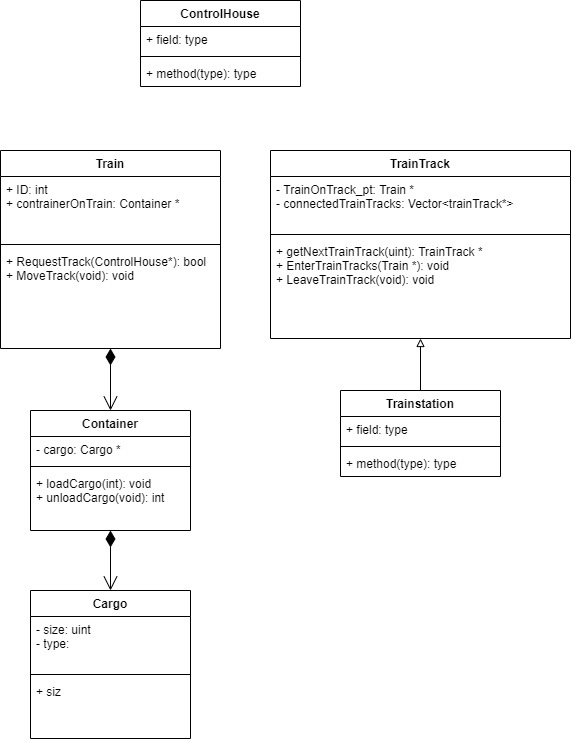
Earlier version of the draw.io export Diagram/TrainStationClass.png (mowinckel107/APKTogstation). Source tidied: cells renumbered, new cells last; positions are measured from the earlier drawing's top-left corner, leaving out a move shared by most shapes.
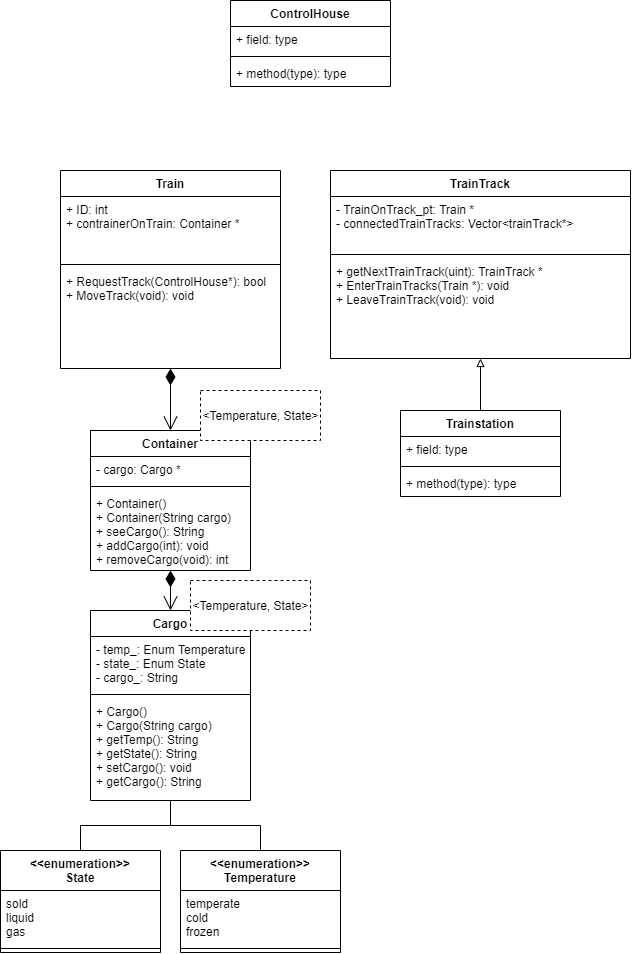
The same diagram one commit later.

Commit message:
Updated class diagram with container and cargo

Change to the diagram source:
```diff
@@ -39,7 +39,7 @@
       <mxGeometry y="88" width="300" height="100" as="geometry" />
     </mxCell>
     <mxCell id="14" value="Container" style="swimlane;fontStyle=1;align=center;verticalAlign=top;horizontal=1;startSize=26;" parent="1" vertex="1">
-      <mxGeometry x="30" y="410" width="160" height="120" as="geometry" />
+      <mxGeometry x="30" y="410" width="160" height="140" as="geometry" />
     </mxCell>
     <mxCell id="15" value="- cargo: Cargo *" style="text;strokeColor=none;fillColor=none;align=left;verticalAlign=top;spacingLeft=4;spacingRight=4;overflow=hidden;" parent="14" vertex="1">
       <mxGeometry y="26" width="160" height="26" as="geometry" />
@@ -47,11 +47,11 @@
     <mxCell id="16" style="line;strokeWidth=1;fillColor=none;align=left;verticalAlign=middle;spacingTop=-1;spacingLeft=3;spacingRight=3;labelPosition=right;" parent="14" vertex="1">
       <mxGeometry y="52" width="160" height="8" as="geometry" />
     </mxCell>
-    <mxCell id="17" value="+ loadCargo(int): void&#10;+ unloadCargo(void): int" style="text;strokeColor=none;fillColor=none;align=left;verticalAlign=top;spacingLeft=4;spacingRight=4;overflow=hidden;" parent="14" vertex="1">
-      <mxGeometry y="60" width="160" height="60" as="geometry" />
+    <mxCell id="17" value="+ Container()&#10;+ Container(String cargo)&#10;+ seeCargo(): String&#10;+ addCargo(int): void&#10;+ removeCargo(void): int" style="text;strokeColor=none;fillColor=none;align=left;verticalAlign=top;spacingLeft=4;spacingRight=4;overflow=hidden;" parent="14" vertex="1">
+      <mxGeometry y="60" width="160" height="80" as="geometry" />
     </mxCell>
     <mxCell id="18" value="ControlHouse" style="swimlane;fontStyle=1;align=center;verticalAlign=top;horizontal=1;startSize=26;" parent="1" vertex="1">
-      <mxGeometry x="140" width="160" height="86" as="geometry" />
+      <mxGeometry x="170" y="-20" width="160" height="86" as="geometry" />
     </mxCell>
     <mxCell id="19" value="+ field: type" style="text;strokeColor=none;fillColor=none;align=left;verticalAlign=top;spacingLeft=4;spacingRight=4;overflow=hidden;" parent="18" vertex="1">
       <mxGeometry y="26" width="160" height="26" as="geometry" />
@@ -69,19 +69,49 @@
       <mxGeometry x="-1" y="3" relative="1" as="geometry" />
     </mxCell>
     <mxCell id="24" value="Cargo" style="swimlane;fontStyle=1;align=center;verticalAlign=top;horizontal=1;startSize=26;" parent="1" vertex="1">
-      <mxGeometry x="30" y="590" width="160" height="148" as="geometry" />
+      <mxGeometry x="30" y="590" width="160" height="190" as="geometry" />
     </mxCell>
-    <mxCell id="25" value="- size: uint&#10;- type: " style="text;strokeColor=none;fillColor=none;align=left;verticalAlign=top;spacingLeft=4;spacingRight=4;overflow=hidden;" parent="24" vertex="1">
+    <mxCell id="25" value="- temp_: Enum Temperature&#10;- state_: Enum State&#10;- cargo_: String" style="text;strokeColor=none;fillColor=none;align=left;verticalAlign=top;spacingLeft=4;spacingRight=4;overflow=hidden;" parent="24" vertex="1">
       <mxGeometry y="26" width="160" height="54" as="geometry" />
     </mxCell>
     <mxCell id="26" style="line;strokeWidth=1;fillColor=none;align=left;verticalAlign=middle;spacingTop=-1;spacingLeft=3;spacingRight=3;labelPosition=right;" parent="24" vertex="1">
       <mxGeometry y="80" width="160" height="8" as="geometry" />
     </mxCell>
-    <mxCell id="27" value="+ siz" style="text;strokeColor=none;fillColor=none;align=left;verticalAlign=top;spacingLeft=4;spacingRight=4;overflow=hidden;" parent="24" vertex="1">
-      <mxGeometry y="88" width="160" height="60" as="geometry" />
+    <mxCell id="27" value="+ Cargo()&#10;+ Cargo(String cargo)&#10;+ getTemp(): String&#10;+ getState(): String&#10;+ setCargo(): void&#10;+ getCargo(): String" style="text;strokeColor=none;fillColor=none;align=left;verticalAlign=top;spacingLeft=4;spacingRight=4;overflow=hidden;" parent="24" vertex="1">
+      <mxGeometry y="88" width="160" height="102" as="geometry" />
     </mxCell>
     <mxCell id="28" style="endArrow=open;html=1;endSize=12;startArrow=diamondThin;startSize=14;startFill=1;edgeStyle=orthogonalEdgeStyle;align=left;verticalAlign=bottom;rounded=0;strokeWidth=1;" parent="1" edge="1" source="14" target="24">
       <mxGeometry x="-1" y="3" relative="1" as="geometry" />
     </mxCell>
+    <mxCell id="29" value="&amp;lt;Temperature, State&amp;gt;" style="html=1;dashed=1;" parent="1" vertex="1">
+      <mxGeometry x="130" y="560" width="120" height="50" as="geometry" />
+    </mxCell>
+    <mxCell id="30" value="&lt;&lt;enumeration&gt;&gt;&#10;Temperature" style="swimlane;fontStyle=1;align=center;verticalAlign=top;horizontal=1;startSize=40;" parent="1" vertex="1">
+      <mxGeometry x="120" y="830" width="160" height="102" as="geometry" />
+    </mxCell>
+    <mxCell id="31" value="temperate&#10;cold&#10;frozen" style="text;strokeColor=none;fillColor=none;align=left;verticalAlign=top;spacingLeft=4;spacingRight=4;overflow=hidden;" parent="30" vertex="1">
+      <mxGeometry y="40" width="160" height="54" as="geometry" />
+    </mxCell>
+    <mxCell id="32" style="line;strokeWidth=1;fillColor=none;align=left;verticalAlign=middle;spacingTop=-1;spacingLeft=3;spacingRight=3;labelPosition=right;" parent="30" vertex="1">
+      <mxGeometry y="94" width="160" height="8" as="geometry" />
+    </mxCell>
+    <mxCell id="33" value="&lt;&lt;enumeration&gt;&gt;&#10;State" style="swimlane;fontStyle=1;align=center;verticalAlign=top;horizontal=1;startSize=40;" parent="1" vertex="1">
+      <mxGeometry x="-60" y="830" width="160" height="102" as="geometry" />
+    </mxCell>
+    <mxCell id="34" value="sold&#10;liquid&#10;gas" style="text;strokeColor=none;fillColor=none;align=left;verticalAlign=top;spacingLeft=4;spacingRight=4;overflow=hidden;" parent="33" vertex="1">
+      <mxGeometry y="40" width="160" height="54" as="geometry" />
+    </mxCell>
+    <mxCell id="35" style="line;strokeWidth=1;fillColor=none;align=left;verticalAlign=middle;spacingTop=-1;spacingLeft=3;spacingRight=3;labelPosition=right;" parent="33" vertex="1">
+      <mxGeometry y="94" width="160" height="8" as="geometry" />
+    </mxCell>
+    <mxCell id="36" style="endArrow=none;html=1;endSize=12;startArrow=none;startSize=14;startFill=0;edgeStyle=orthogonalEdgeStyle;align=left;verticalAlign=bottom;rounded=0;strokeWidth=1;endFill=0;" parent="1" edge="1" source="24" target="33">
+      <mxGeometry x="-1" y="3" relative="1" as="geometry" />
+    </mxCell>
+    <mxCell id="37" style="endArrow=none;html=1;endSize=12;startArrow=none;startSize=14;startFill=0;edgeStyle=orthogonalEdgeStyle;align=left;verticalAlign=bottom;rounded=0;strokeWidth=1;endFill=0;" parent="1" edge="1" source="24" target="30">
+      <mxGeometry x="-1" y="3" relative="1" as="geometry" />
+    </mxCell>
+    <mxCell id="38" value="&amp;lt;Temperature, State&amp;gt;" style="html=1;dashed=1;" parent="1" vertex="1">
+      <mxGeometry x="140" y="370" width="120" height="50" as="geometry" />
+    </mxCell>
   </root>
 </mxGraphModel>
```
